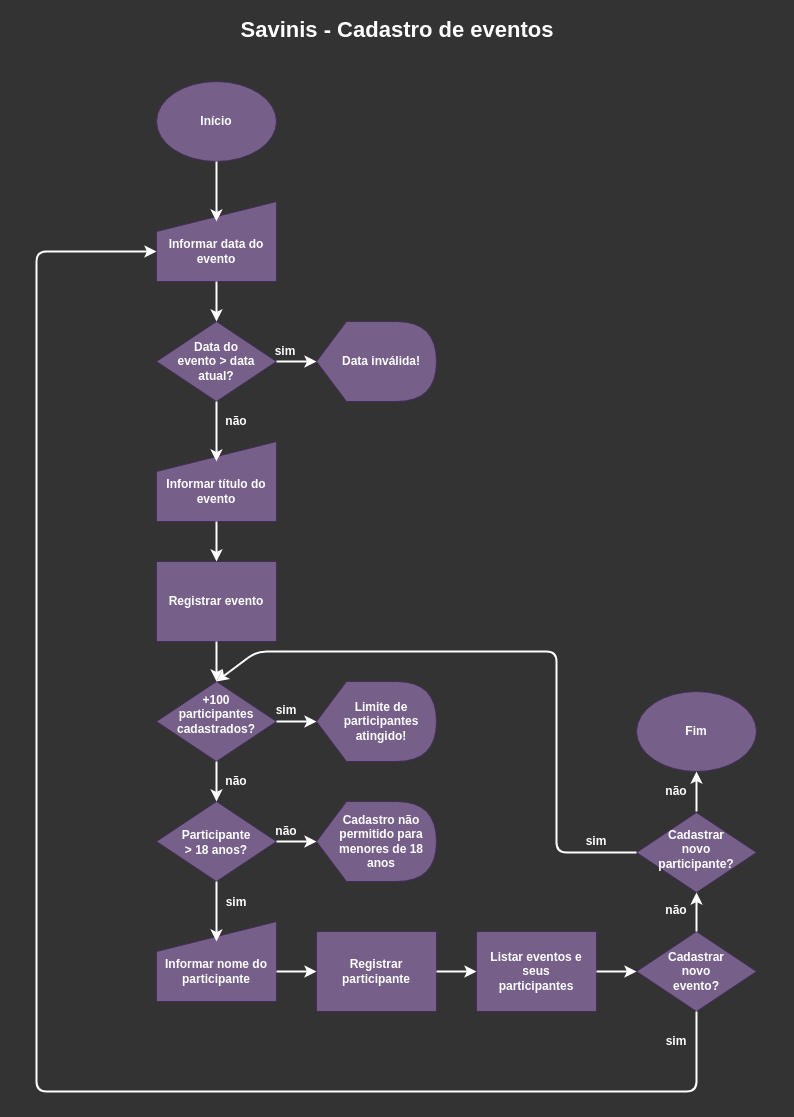
Earlier version of the draw.io diagram savinis.drawio (ortegavan/senai-uc8). Source tidied: cells renumbered, new cells numbered last; positions are measured from the earlier drawing's top-left corner, leaving out a move shared by most shapes. Both pictures are drawn from the tidied source at 100%, with x=0, y=0 at pixel (17, 20).
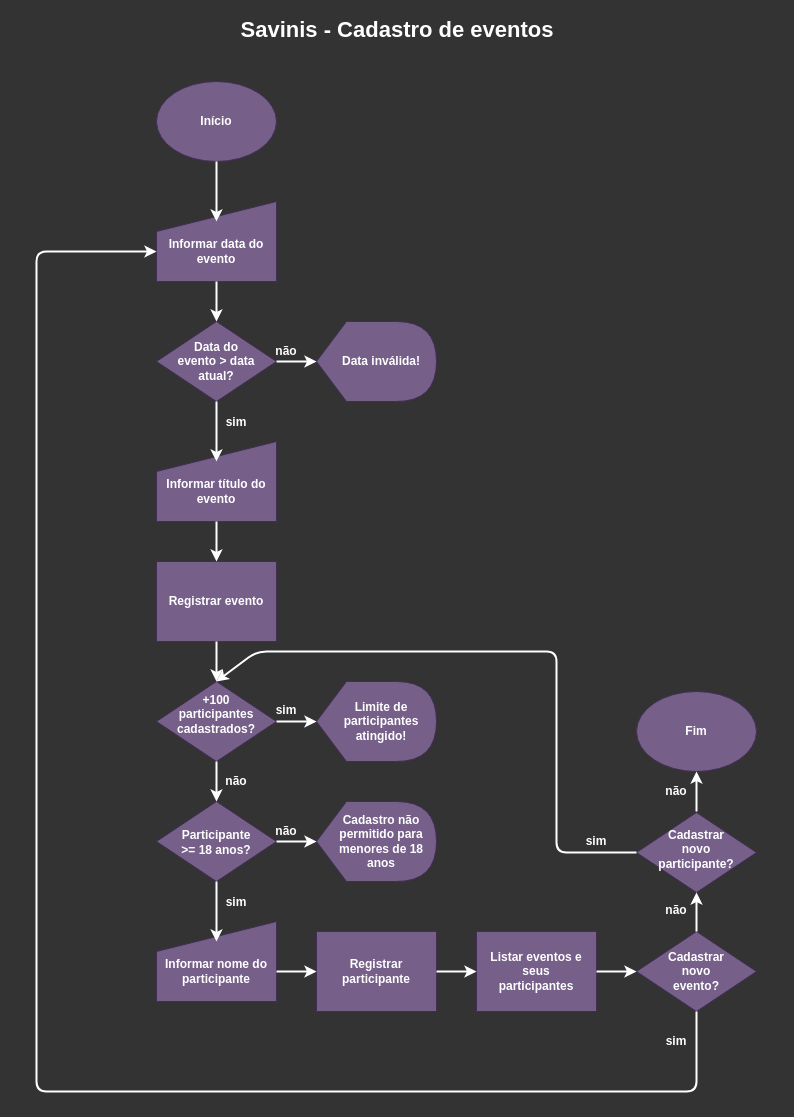
Above is the later version.

Commit message:
corrigido detalhe na estrutura de decisão

What changed in the source:
```diff
@@
     <mxCell id="19" value="não" style="text;html=1;fillColor=none;align=center;verticalAlign=middle;whiteSpace=wrap;rounded=0;fontColor=#FFFFFF;fontStyle=1;" parent="1" vertex="1">
-      <mxGeometry x="199" y="391" width="40" height="20" as="geometry" />
+      <mxGeometry x="249" y="321" width="40" height="20" as="geometry" />
     </mxCell>
@@
     <mxCell id="21" value="sim" style="text;html=1;fillColor=none;align=center;verticalAlign=middle;whiteSpace=wrap;rounded=0;fontColor=#FFFFFF;fontStyle=1;" parent="1" vertex="1">
-      <mxGeometry x="248" y="321" width="40" height="20" as="geometry" />
+      <mxGeometry x="199" y="392" width="40" height="20" as="geometry" />
     </mxCell>
-    <mxCell id="22" value="Participante &amp;gt; 18 anos?" style="text;html=1;fillColor=none;align=center;verticalAlign=middle;whiteSpace=wrap;rounded=0;fontColor=#FFFFFF;fontStyle=1;" parent="1" vertex="1">
+    <mxCell id="22" value="Participante &amp;gt;= 18 anos?" style="text;html=1;fillColor=none;align=center;verticalAlign=middle;whiteSpace=wrap;rounded=0;fontColor=#FFFFFF;fontStyle=1;" parent="1" vertex="1">
       <mxGeometry x="159" y="797" width="80" height="50" as="geometry" />
     </mxCell>
```
